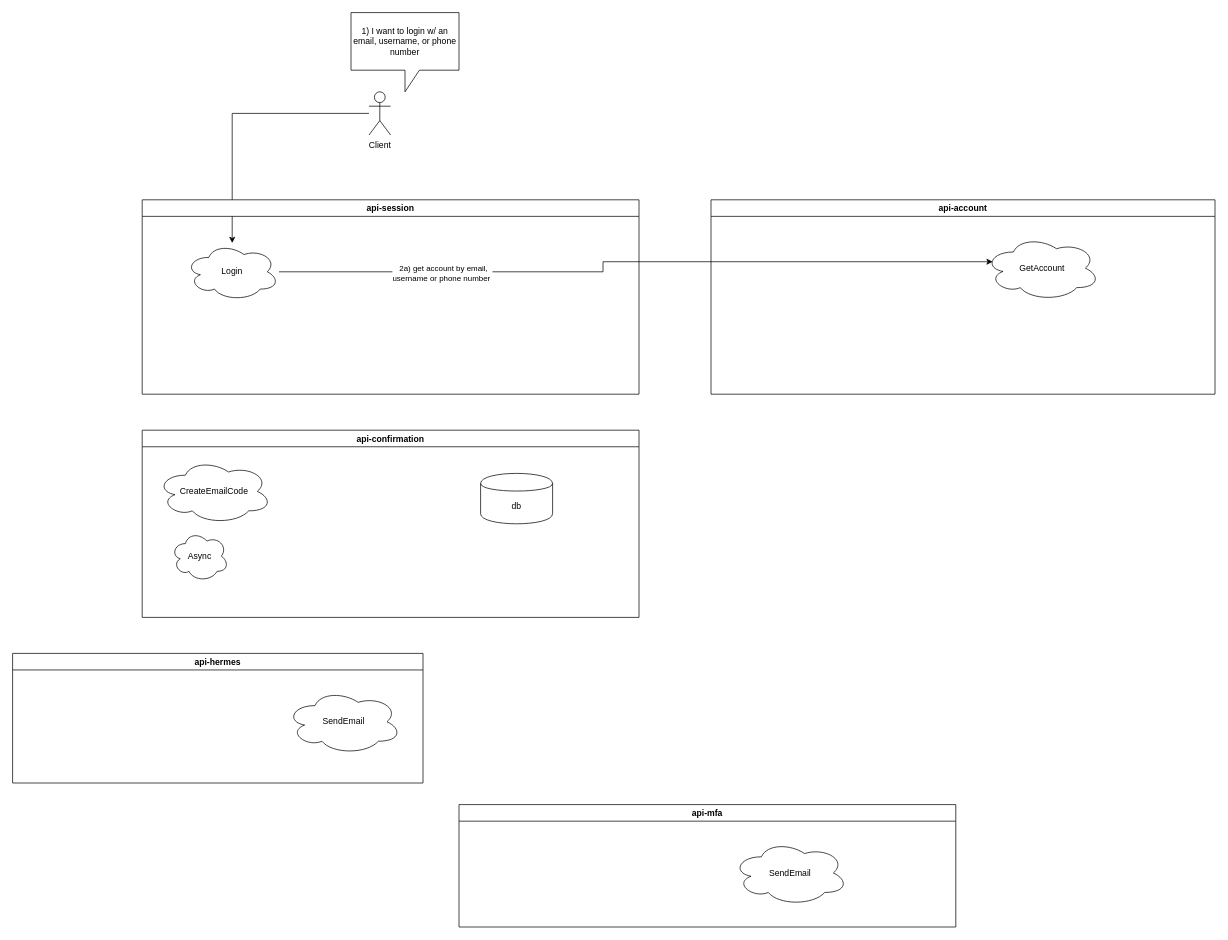
Above: page "login" (3 of 3) of architecture.drawio in AlpacaLabs/protorepo (draw.io), before the change. Source tidied: cells renumbered, new cells numbered last; positions are measured from the earlier drawing's top-left corner, leaving out a move shared by most shapes. Both pictures are drawn from the tidied source at 72%, with x=0, y=0 at pixel (12, 12).
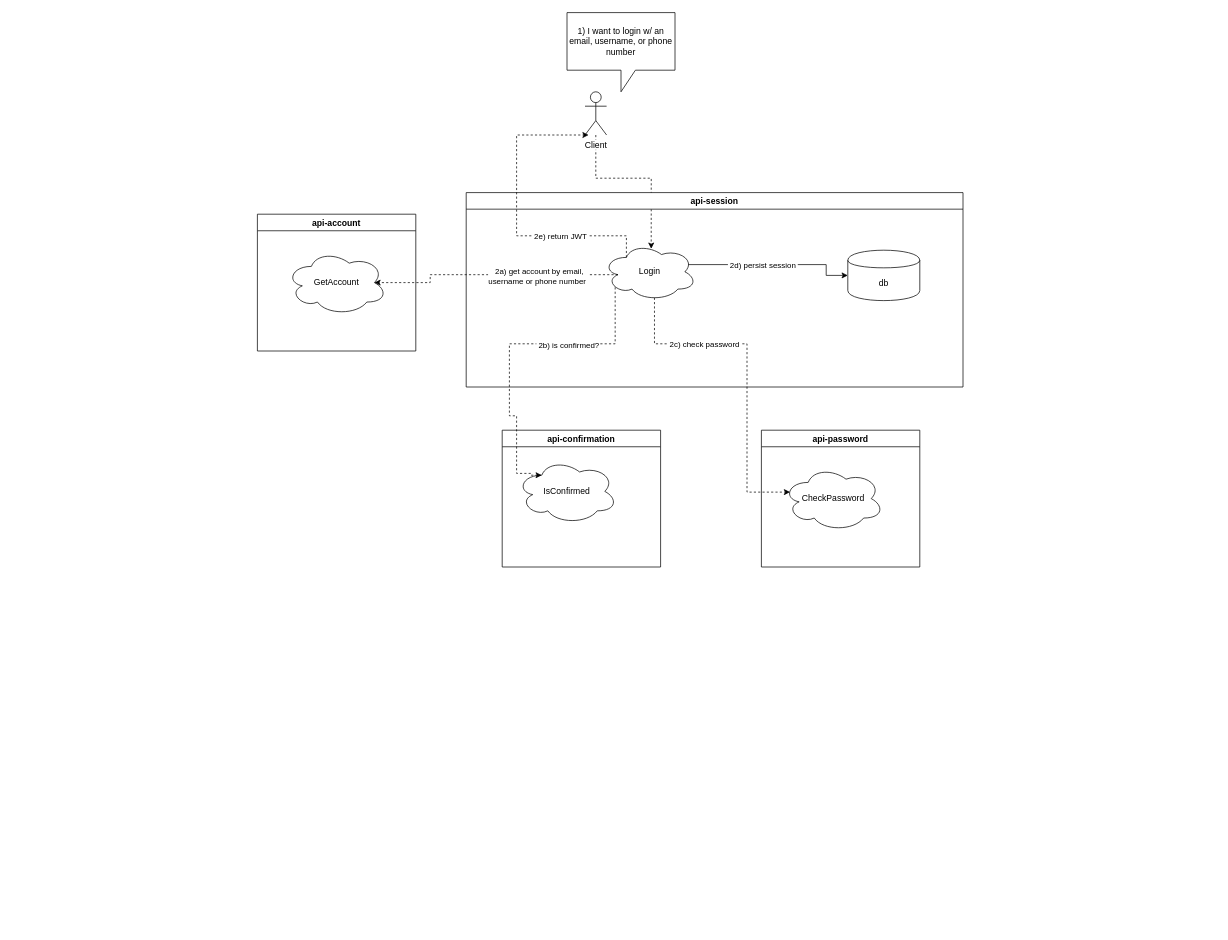
Above is the later version.

Commit message:
Update architecture diagram

What changed in the source:
```diff
@@
-    <mxCell id="2" style="edgeStyle=orthogonalEdgeStyle;rounded=0;jettySize=auto;html=1;" parent="1" edge="1" source="3" target="9">
-      <mxGeometry relative="1" as="geometry" />
+    <mxCell id="2" style="edgeStyle=orthogonalEdgeStyle;rounded=0;jettySize=auto;html=1;entryX=0.515;entryY=0.1;entryDx=0;entryDy=0;entryPerimeter=0;dashed=1;" parent="1" edge="1" source="3" target="9">
+      <mxGeometry relative="1" as="geometry">
+        <Array as="points">
+          <mxPoint x="810" y="230" />
+          <mxPoint x="887" y="230" />
+        </Array>
+      </mxGeometry>
     </mxCell>
     <mxCell id="3" value="Client" style="shape=umlActor;verticalLabelPosition=bottom;labelBackgroundColor=#ffffff;verticalAlign=top;html=1;outlineConnect=0;" parent="1" vertex="1">
-      <mxGeometry x="495" y="110" width="30" height="60" as="geometry" />
+      <mxGeometry x="795" y="110" width="30" height="60" as="geometry" />
     </mxCell>
     <mxCell id="4" value="api-confirmation" style="swimlane;" parent="1" vertex="1">
-      <mxGeometry x="180" y="580" width="690" height="260" as="geometry" />
+      <mxGeometry x="680" y="580" width="220" height="190" as="geometry" />
     </mxCell>
-    <mxCell id="5" value="CreateEmailCode" style="ellipse;shape=cloud;whiteSpace=wrap;html=1;" parent="4" vertex="1">
-      <mxGeometry x="20" y="40" width="160" height="90" as="geometry" />
+    <mxCell id="5" value="IsConfirmed" style="ellipse;shape=cloud;whiteSpace=wrap;html=1;" parent="4" vertex="1">
+      <mxGeometry x="20" y="40" width="140" height="90" as="geometry" />
     </mxCell>
+    <mxCell id="8" value="api-session" style="swimlane;rounded=0;" parent="1" vertex="1">
+      <mxGeometry x="630" y="250" width="690" height="270" as="geometry" />
+    </mxCell>
+    <mxCell id="19" style="edgeStyle=orthogonalEdgeStyle;rounded=0;jettySize=auto;html=1;exitX=0.875;exitY=0.5;exitDx=0;exitDy=0;exitPerimeter=0;entryX=0;entryY=0.5;entryDx=0;entryDy=0;" parent="8" edge="1" source="9" target="6">
+      <mxGeometry relative="1" as="geometry">
+        <Array as="points">
+          <mxPoint x="304" y="100" />
+          <mxPoint x="500" y="100" />
+          <mxPoint x="500" y="115" />
+        </Array>
+      </mxGeometry>
+    </mxCell>
+    <mxCell id="20" value="&amp;nbsp;2d) persist session&amp;nbsp;" style="edgeLabel;html=1;align=center;verticalAlign=middle;" parent="19" vertex="1">
+      <mxGeometry x="-0.48" y="1" relative="1" as="geometry">
+        <mxPoint x="53.2" y="1" as="offset" />
+      </mxGeometry>
+    </mxCell>
+    <mxCell id="9" value="Login" style="ellipse;shape=cloud;whiteSpace=wrap;html=1;" parent="8" vertex="1">
+      <mxGeometry x="190" y="70" width="130" height="80" as="geometry" />
+    </mxCell>
-    <mxCell id="6" value="db" style="shape=cylinder;whiteSpace=wrap;html=1;boundedLbl=1;backgroundOutline=1;" parent="4" vertex="1">
-      <mxGeometry x="470" y="60" width="100" height="70" as="geometry" />
+    <mxCell id="6" value="db" style="shape=cylinder;whiteSpace=wrap;html=1;boundedLbl=1;backgroundOutline=1;" parent="8" vertex="1">
+      <mxGeometry x="530" y="80" width="100" height="70" as="geometry" />
     </mxCell>
-    <mxCell id="7" value="Async" style="ellipse;shape=cloud;whiteSpace=wrap;html=1;rounded=0;" parent="4" vertex="1">
-      <mxGeometry x="40" y="140" width="80" height="70" as="geometry" />
-    </mxCell>
-    <mxCell id="8" value="api-session" style="swimlane;rounded=0;" parent="1" vertex="1">
-      <mxGeometry x="180" y="260" width="690" height="270" as="geometry" />
-    </mxCell>
-    <mxCell id="9" value="Login" style="ellipse;shape=cloud;whiteSpace=wrap;html=1;" parent="8" vertex="1">
-      <mxGeometry x="60" y="60" width="130" height="80" as="geometry" />
-    </mxCell>
     <mxCell id="10" value="1) I want to login w/ an email, username, or phone number" style="shape=callout;whiteSpace=wrap;html=1;perimeter=calloutPerimeter;rounded=0;" parent="1" vertex="1">
-      <mxGeometry x="470" width="150" height="110" as="geometry" />
+      <mxGeometry x="770" width="150" height="110" as="geometry" />
     </mxCell>
-    <mxCell id="11" value="api-hermes" style="swimlane;rounded=0;" parent="1" vertex="1">
-      <mxGeometry y="890" width="570" height="180" as="geometry" />
-    </mxCell>
-    <mxCell id="12" value="SendEmail" style="ellipse;shape=cloud;whiteSpace=wrap;html=1;" parent="11" vertex="1">
-      <mxGeometry x="380" y="50" width="160" height="90" as="geometry" />
-    </mxCell>
-    <mxCell id="13" value="api-mfa" style="swimlane;rounded=0;" parent="1" vertex="1">
-      <mxGeometry x="620" y="1100" width="690" height="170" as="geometry" />
-    </mxCell>
-    <mxCell id="14" value="SendEmail" style="ellipse;shape=cloud;whiteSpace=wrap;html=1;" parent="13" vertex="1">
-      <mxGeometry x="380" y="50" width="160" height="90" as="geometry" />
-    </mxCell>
     <mxCell id="15" value="api-account" style="swimlane;rounded=0;" parent="1" vertex="1">
-      <mxGeometry x="970" y="260" width="700" height="270" as="geometry" />
+      <mxGeometry x="340" y="280" width="220" height="190" as="geometry" />
     </mxCell>
     <mxCell id="16" value="GetAccount" style="ellipse;shape=cloud;whiteSpace=wrap;html=1;" parent="15" vertex="1">
-      <mxGeometry x="380" y="50" width="160" height="90" as="geometry" />
+      <mxGeometry x="40" y="50" width="140" height="90" as="geometry" />
     </mxCell>
-    <mxCell id="17" style="edgeStyle=orthogonalEdgeStyle;rounded=0;jettySize=auto;html=1;entryX=0.07;entryY=0.4;entryDx=0;entryDy=0;entryPerimeter=0;" parent="1" edge="1" source="9" target="16">
+    <mxCell id="17" style="edgeStyle=orthogonalEdgeStyle;rounded=0;jettySize=auto;html=1;exitX=0.16;exitY=0.55;exitDx=0;exitDy=0;exitPerimeter=0;entryX=0.875;entryY=0.5;entryDx=0;entryDy=0;entryPerimeter=0;dashed=1;" parent="1" edge="1" source="9" target="16">
       <mxGeometry relative="1" as="geometry">
         <Array as="points">
-          <mxPoint x="820" y="360" />
-          <mxPoint x="820" y="346" />
+          <mxPoint x="580" y="364" />
+          <mxPoint x="580" y="375" />
         </Array>
       </mxGeometry>
     </mxCell>
     <mxCell id="18" value="&amp;nbsp;2a) get account by email, &lt;br&gt;username or phone number&amp;nbsp;" style="edgeLabel;html=1;align=center;verticalAlign=middle;" parent="17" vertex="1">
-      <mxGeometry x="-0.55" y="-1" relative="1" as="geometry" />
+      <mxGeometry x="-0.55" y="-1" relative="1" as="geometry">
+        <mxPoint x="-32.8" y="2" as="offset" />
+      </mxGeometry>
     </mxCell>
+    <mxCell id="21" style="edgeStyle=orthogonalEdgeStyle;rounded=0;jettySize=auto;html=1;exitX=0.13;exitY=0.77;exitDx=0;exitDy=0;exitPerimeter=0;entryX=0.25;entryY=0.25;entryDx=0;entryDy=0;entryPerimeter=0;dashed=1;" parent="1" edge="1" source="9" target="5">
+      <mxGeometry relative="1" as="geometry">
+        <Array as="points">
+          <mxPoint x="837" y="460" />
+          <mxPoint x="690" y="460" />
+          <mxPoint x="690" y="560" />
+          <mxPoint x="700" y="560" />
+          <mxPoint x="700" y="640" />
+          <mxPoint x="720" y="640" />
+          <mxPoint x="720" y="643" />
+        </Array>
+      </mxGeometry>
+    </mxCell>
+    <mxCell id="22" value="&amp;nbsp;2b) is confirmed?" style="edgeLabel;html=1;align=center;verticalAlign=middle;" parent="21" vertex="1">
+      <mxGeometry x="-0.75" y="-3" relative="1" as="geometry">
+        <mxPoint x="-63.9" y="22.4" as="offset" />
+      </mxGeometry>
+    </mxCell>
+    <mxCell id="23" value="api-password" style="swimlane;rounded=0;" parent="1" vertex="1">
+      <mxGeometry x="1040" y="580" width="220" height="190" as="geometry" />
+    </mxCell>
+    <mxCell id="24" value="CheckPassword" style="ellipse;shape=cloud;whiteSpace=wrap;html=1;" parent="23" vertex="1">
+      <mxGeometry x="30" y="50" width="140" height="90" as="geometry" />
+    </mxCell>
+    <mxCell id="25" style="edgeStyle=orthogonalEdgeStyle;rounded=0;jettySize=auto;html=1;exitX=0.55;exitY=0.95;exitDx=0;exitDy=0;exitPerimeter=0;entryX=0.07;entryY=0.4;entryDx=0;entryDy=0;entryPerimeter=0;dashed=1;" parent="1" edge="1" source="9" target="24">
+      <mxGeometry relative="1" as="geometry">
+        <Array as="points">
+          <mxPoint x="892" y="460" />
+          <mxPoint x="1020" y="460" />
+          <mxPoint x="1020" y="666" />
+        </Array>
+      </mxGeometry>
+    </mxCell>
+    <mxCell id="26" value="&amp;nbsp;2c) check password&amp;nbsp;" style="edgeLabel;html=1;align=center;verticalAlign=middle;" parent="25" vertex="1">
+      <mxGeometry x="-0.51" relative="1" as="geometry">
+        <mxPoint x="20.5" as="offset" />
+      </mxGeometry>
+    </mxCell>
+    <mxCell id="27" style="edgeStyle=orthogonalEdgeStyle;rounded=0;jettySize=auto;html=1;exitX=0.25;exitY=0.25;exitDx=0;exitDy=0;exitPerimeter=0;dashed=1;" parent="1" edge="1" source="9">
+      <mxGeometry relative="1" as="geometry">
+        <mxPoint x="800" y="170" as="targetPoint" />
+        <Array as="points">
+          <mxPoint x="853" y="310" />
+          <mxPoint x="700" y="310" />
+          <mxPoint x="700" y="170" />
+        </Array>
+      </mxGeometry>
+    </mxCell>
+    <mxCell id="28" value="&amp;nbsp;2e) return JWT&amp;nbsp;" style="edgeLabel;html=1;align=center;verticalAlign=middle;" parent="27" vertex="1">
+      <mxGeometry x="-0.54" y="43" relative="1" as="geometry">
+        <mxPoint x="-25.5" y="-43" as="offset" />
+      </mxGeometry>
+    </mxCell>
```
